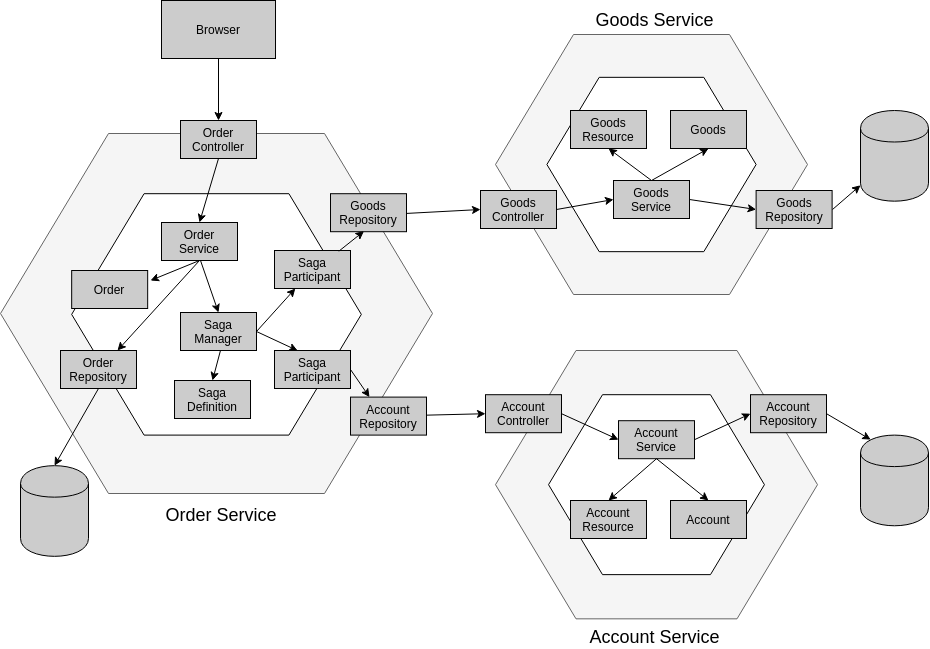
Above: _static/img/hexArchitecture.png in Nose-san/doc (draw.io), before the change. Source tidied: cells renumbered, new cells last; positions are measured from the earlier drawing's top-left corner, leaving out a move shared by most shapes.
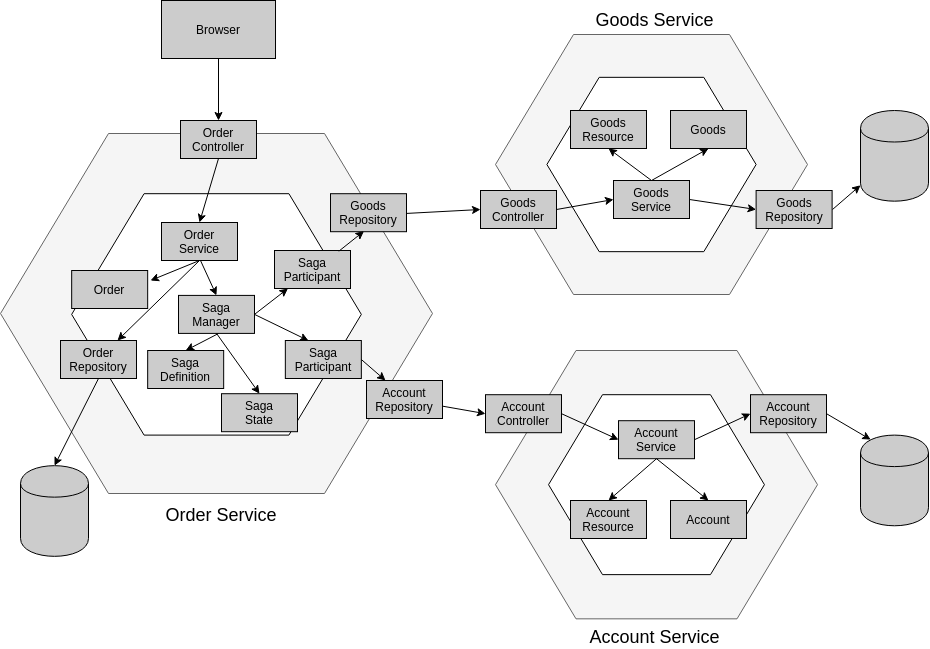
Later version of the same file.

Change to the diagram source:
```diff
@@ -35,7 +35,7 @@
       </mxGeometry>
     </mxCell>
     <mxCell id="12" style="group;" parent="1" vertex="1">
-      <mxGeometry x="495" y="34" width="336.6" height="260" as="geometry" />
+      <mxGeometry x="495" y="34" width="336.6" height="280" as="geometry" />
     </mxCell>
     <mxCell id="13" style="shape=hexagon;html=1;whiteSpace=wrap;perimeter=hexagonPerimeter;rounded=0;fillColor=#f5f5f5;strokeColor=#666666;fontColor=#333333;" parent="12" vertex="1">
       <mxGeometry width="312" height="260" as="geometry" />
@@ -92,25 +92,25 @@
       <mxGeometry x="20" y="465.2" width="68" height="90.7" as="geometry" />
     </mxCell>
     <mxCell id="31" value="&lt;font style=&quot;font-size: 12px&quot;&gt;Order&lt;br&gt;Repository&lt;br&gt;&lt;/font&gt;" style="rounded=0;whiteSpace=wrap;html=1;fillColor=#CCCCCC;" parent="1" vertex="1">
-      <mxGeometry x="60" y="350" width="76" height="38" as="geometry" />
+      <mxGeometry x="60" y="340" width="76" height="38" as="geometry" />
     </mxCell>
     <mxCell id="32" value="&lt;font style=&quot;font-size: 12px&quot;&gt;Saga&lt;br&gt;Manager&lt;br&gt;&lt;/font&gt;" style="rounded=0;whiteSpace=wrap;html=1;fillColor=#CCCCCC;" parent="1" vertex="1">
-      <mxGeometry x="180" y="312" width="76" height="38" as="geometry" />
+      <mxGeometry x="178" y="294.9" width="76" height="38" as="geometry" />
     </mxCell>
     <mxCell id="33" value="&lt;font style=&quot;font-size: 12px&quot;&gt;Goods&lt;br&gt;Repository&lt;br&gt;&lt;/font&gt;" style="rounded=0;whiteSpace=wrap;html=1;fillColor=#CCCCCC;" parent="1" vertex="1">
       <mxGeometry x="330" y="193.2" width="76" height="38" as="geometry" />
     </mxCell>
     <mxCell id="34" value="&lt;font style=&quot;font-size: 12px&quot;&gt;Account&lt;br&gt;Repository&lt;br&gt;&lt;/font&gt;" style="rounded=0;whiteSpace=wrap;html=1;fillColor=#CCCCCC;" parent="1" vertex="1">
-      <mxGeometry x="350" y="396.6" width="76" height="38" as="geometry" />
+      <mxGeometry x="366" y="380" width="76" height="38" as="geometry" />
     </mxCell>
     <mxCell id="35" value="&lt;font style=&quot;font-size: 12px&quot;&gt;Saga&lt;br&gt;Definition&lt;br&gt;&lt;/font&gt;" style="rounded=0;whiteSpace=wrap;html=1;fillColor=#CCCCCC;" parent="1" vertex="1">
-      <mxGeometry x="174" y="380" width="76" height="38" as="geometry" />
+      <mxGeometry x="147.2" y="350" width="76" height="38" as="geometry" />
     </mxCell>
     <mxCell id="36" value="&lt;font style=&quot;font-size: 12px&quot;&gt;Saga&lt;br&gt;Participant&lt;br&gt;&lt;/font&gt;" style="rounded=0;whiteSpace=wrap;html=1;fillColor=#CCCCCC;" parent="1" vertex="1">
       <mxGeometry x="274" y="250" width="76" height="38" as="geometry" />
     </mxCell>
     <mxCell id="37" value="&lt;font style=&quot;font-size: 12px&quot;&gt;Saga&lt;br&gt;Participant&lt;br&gt;&lt;/font&gt;" style="rounded=0;whiteSpace=wrap;html=1;fillColor=#CCCCCC;" parent="1" vertex="1">
-      <mxGeometry x="274" y="350" width="76" height="38" as="geometry" />
+      <mxGeometry x="284.8" y="340" width="76" height="38" as="geometry" />
     </mxCell>
     <mxCell id="38" value="&lt;font style=&quot;font-size: 12px&quot;&gt;Account&lt;br&gt;Controller&lt;/font&gt;" style="rounded=0;whiteSpace=wrap;html=1;fillColor=#CCCCCC;" parent="1" vertex="1">
       <mxGeometry x="485" y="394.2" width="76" height="38" as="geometry" />
@@ -132,8 +132,10 @@
         <mxPoint x="200" y="260" as="sourcePoint" />
       </mxGeometry>
     </mxCell>
-    <mxCell id="44" style="endArrow=classic;html=1;entryX=0.5;entryY=0;entryDx=0;entryDy=0;exitX=0.526;exitY=1;exitDx=0;exitDy=0;exitPerimeter=0;" parent="1" edge="1" source="32" target="35">
-      <mxGeometry relative="1" as="geometry" />
+    <mxCell id="44" style="endArrow=classic;html=1;entryX=0.5;entryY=0;entryDx=0;entryDy=0;" parent="1" edge="1" target="35">
+      <mxGeometry relative="1" as="geometry">
+        <mxPoint x="218" y="333" as="sourcePoint" />
+      </mxGeometry>
     </mxCell>
     <mxCell id="45" style="endArrow=classic;html=1;exitX=1;exitY=0.5;exitDx=0;exitDy=0;" parent="1" edge="1" source="32" target="36">
       <mxGeometry relative="1" as="geometry" />
@@ -186,5 +188,11 @@
         <mxPoint x="150" y="280" as="targetPoint" />
       </mxGeometry>
     </mxCell>
+    <mxCell id="60" value="&lt;font style=&quot;font-size: 12px&quot;&gt;Saga&lt;br&gt;State&lt;br&gt;&lt;/font&gt;" style="rounded=0;whiteSpace=wrap;html=1;fillColor=#CCCCCC;" parent="1" vertex="1">
+      <mxGeometry x="221" y="393.2" width="76" height="38" as="geometry" />
+    </mxCell>
+    <mxCell id="61" style="endArrow=classic;html=1;entryX=0.5;entryY=0;entryDx=0;entryDy=0;exitX=0.5;exitY=1;exitDx=0;exitDy=0;" parent="1" edge="1" source="32" target="60">
+      <mxGeometry relative="1" as="geometry" />
+    </mxCell>
   </root>
 </mxGraphModel>
```
